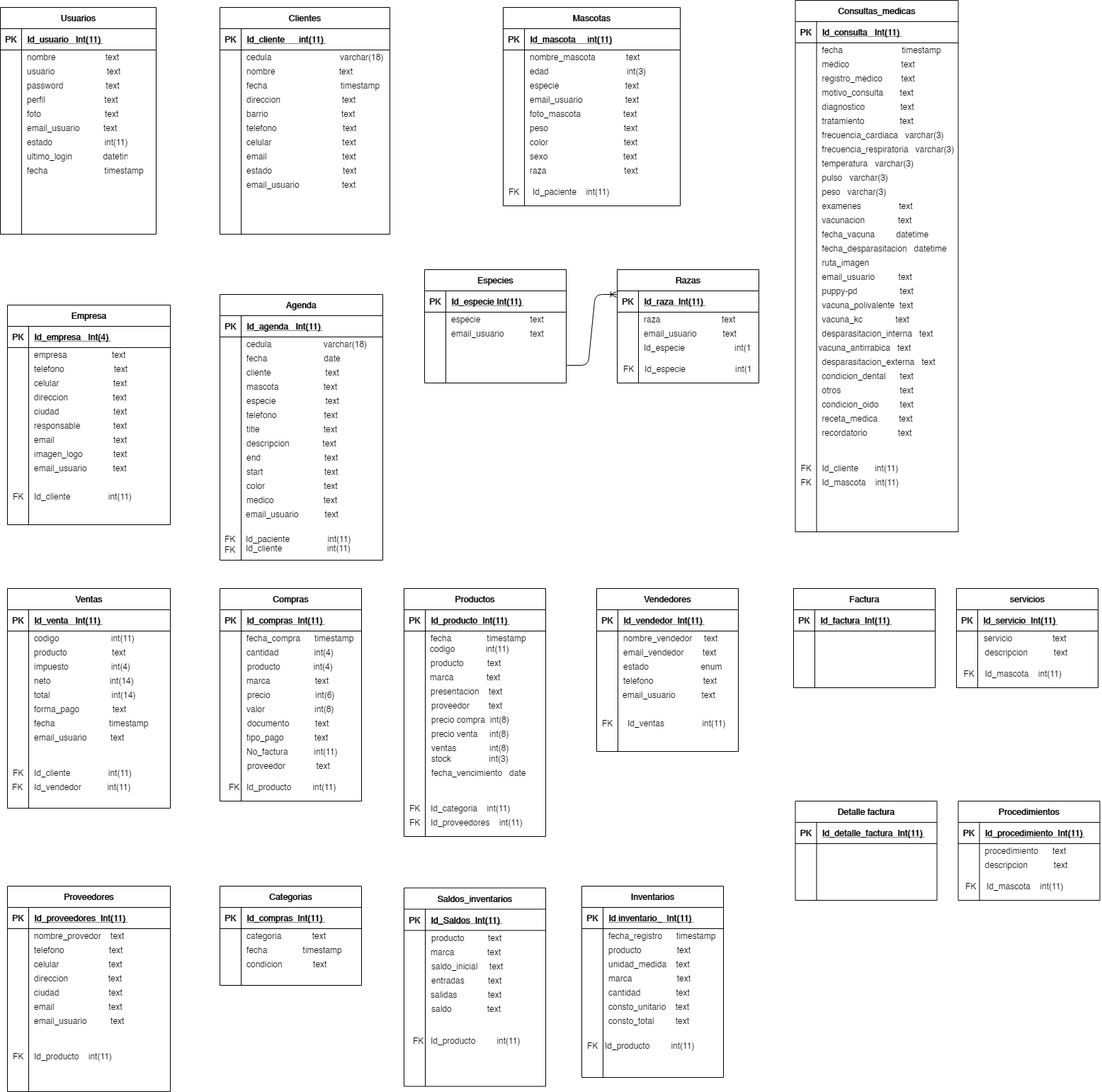
The draw.io diagram Untitled Diagram.png in heberthm/ejemplos-blog, before a commit. Source tidied: cells renumbered, new cells last; positions are measured from the earlier drawing's top-left corner, leaving out a move shared by most shapes.
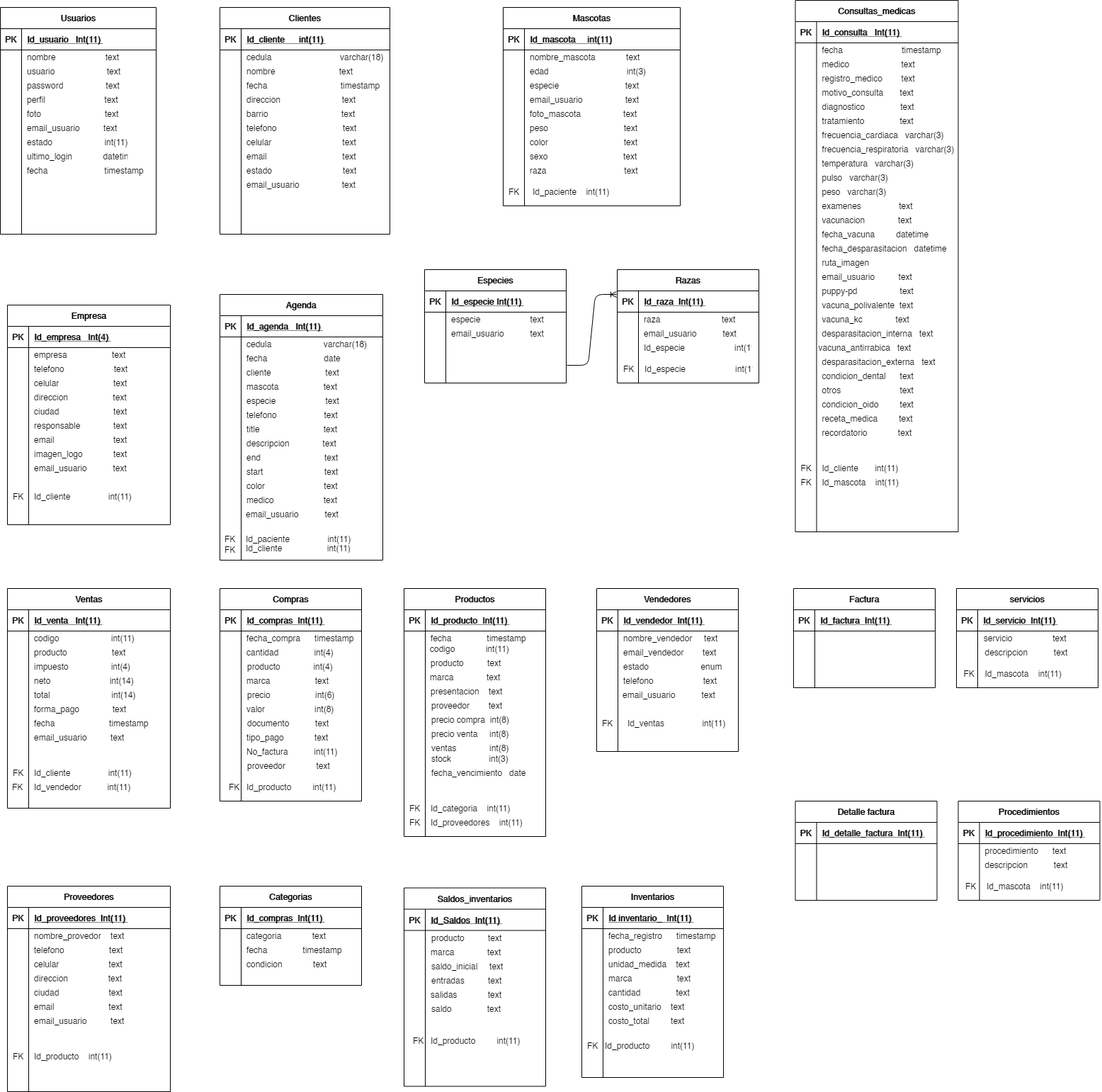
The same diagram one commit later.

What changed in the source:
```diff
@@ -953,10 +953,10 @@
     <mxCell id="318" value="cantidad               text" style="shape=partialRectangle;fillColor=none;top=0;left=0;bottom=0;right=0;align=left;spacingLeft=6;overflow=hidden;" parent="1" vertex="1">
       <mxGeometry x="851" y="1390" width="170" height="20" as="geometry" />
     </mxCell>
-    <mxCell id="319" value="consto_unitario    text" style="shape=partialRectangle;fillColor=none;top=0;left=0;bottom=0;right=0;align=left;spacingLeft=6;overflow=hidden;" parent="1" vertex="1">
+    <mxCell id="319" value="costo_unitario    text" style="shape=partialRectangle;fillColor=none;top=0;left=0;bottom=0;right=0;align=left;spacingLeft=6;overflow=hidden;" parent="1" vertex="1">
       <mxGeometry x="851" y="1410" width="170" height="20" as="geometry" />
     </mxCell>
-    <mxCell id="320" value="consto_total         text" style="shape=partialRectangle;fillColor=none;top=0;left=0;bottom=0;right=0;align=left;spacingLeft=6;overflow=hidden;" parent="1" vertex="1">
+    <mxCell id="320" value="costo_total         text" style="shape=partialRectangle;fillColor=none;top=0;left=0;bottom=0;right=0;align=left;spacingLeft=6;overflow=hidden;" parent="1" vertex="1">
       <mxGeometry x="851" y="1430" width="170" height="20" as="geometry" />
     </mxCell>
     <mxCell id="321" value="Id_producto         int(11)" style="shape=partialRectangle;fillColor=none;top=0;left=0;bottom=0;right=0;align=left;spacingLeft=6;overflow=hidden;" parent="1" vertex="1">
```
